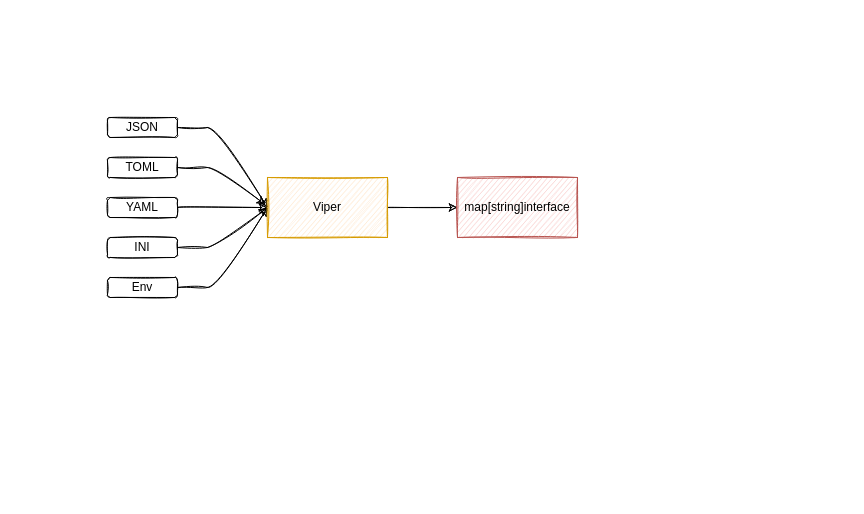
Earlier version of the draw.io diagram drawio/viperdrawio.drawio (jackcipher/assets). Source tidied: cells renumbered, new cells numbered last; positions are measured from the earlier drawing's top-left corner, leaving out a move shared by most shapes. Both pictures are drawn from the tidied source at 100%, with x=0, y=0 at pixel (47, 17).
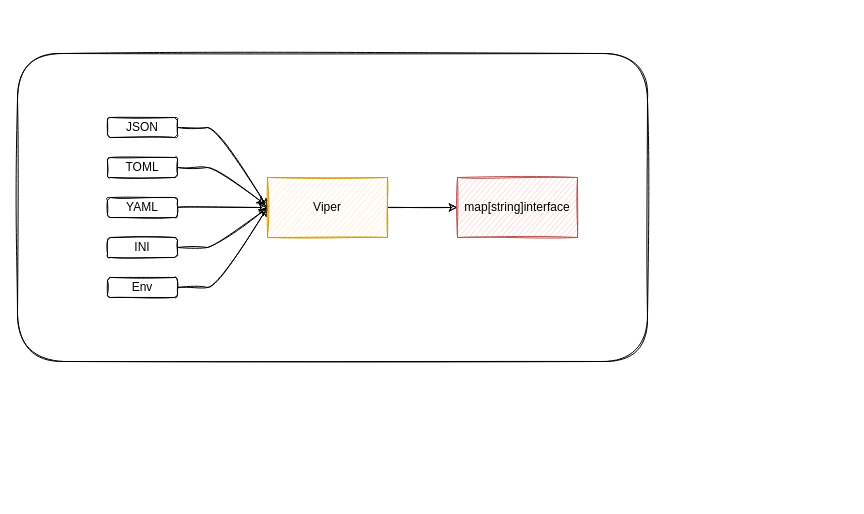
Above is the later version.

Diff of the diagram source:
```diff
@@
-    <mxCell id="2" style="rounded=0;whiteSpace=wrap;html=1;strokeColor=none;" parent="1" vertex="1">
-      <mxGeometry width="800" height="480" as="geometry" />
+    <mxCell id="2" style="rounded=1;whiteSpace=wrap;html=1;strokeColor=default;gradientColor=none;glass=0;sketch=1;shadow=0;" parent="1" vertex="1">
+      <mxGeometry x="-30" y="36" width="630" height="308" as="geometry" />
     </mxCell>
```
